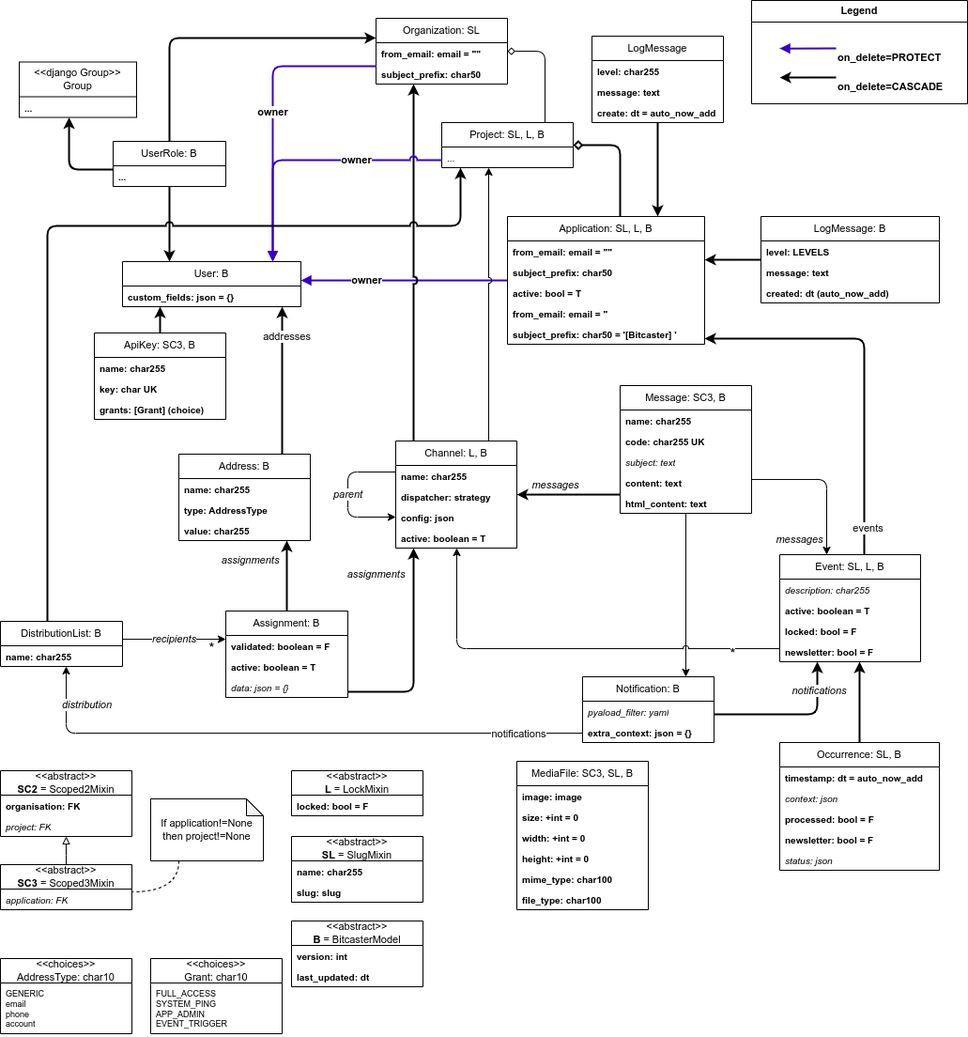
This is docs/BitcasterCD.drawio.png from bitcaster-io/bitcaster, a draw.io export, as it was before one commit. Source tidied: cells renumbered, new cells last; positions are measured from the earlier drawing's top-left corner, leaving out a move shared by most shapes.
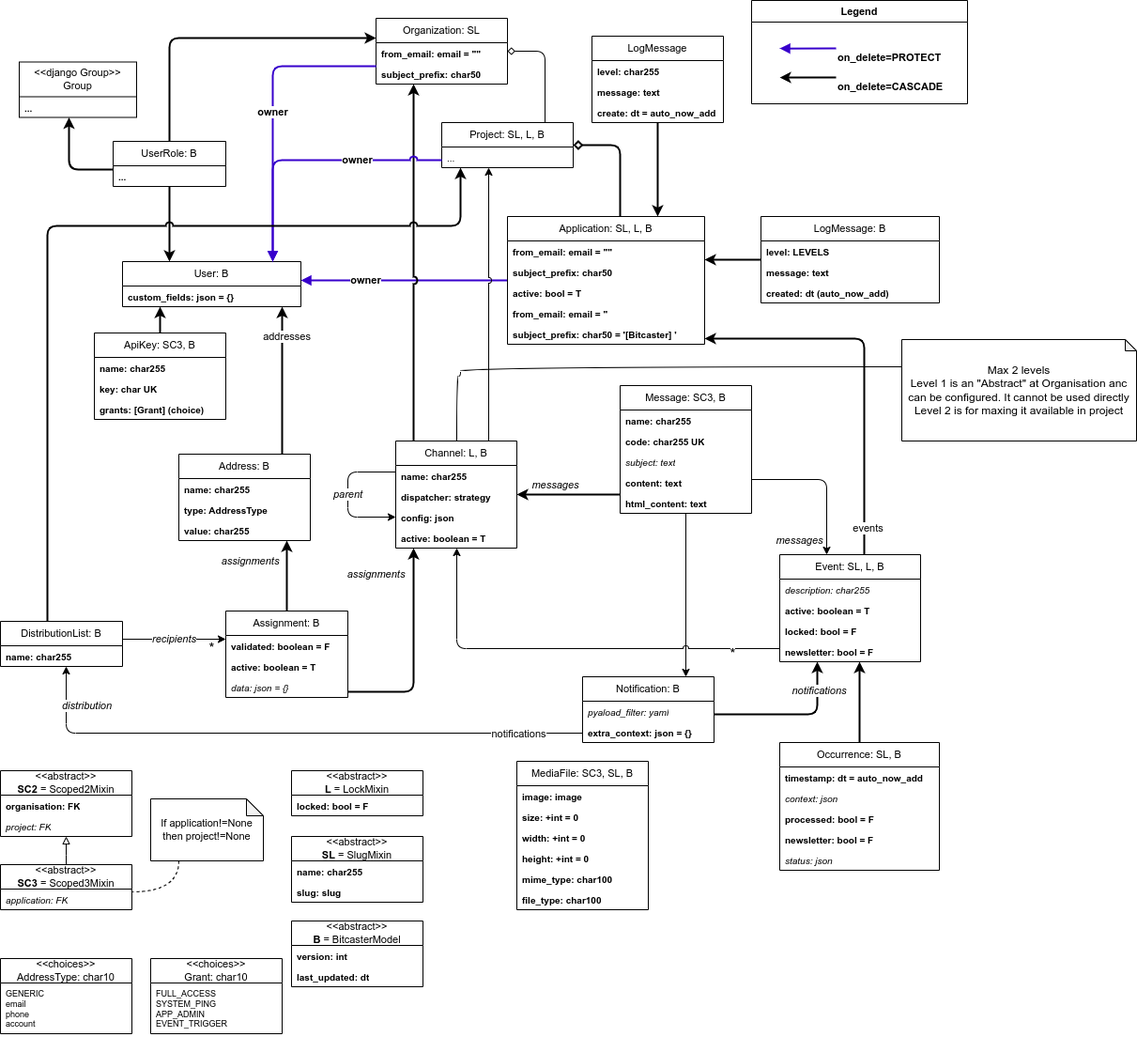
The same file after the commit.

Change to the diagram source:
```diff
@@ -542,5 +542,17 @@
         <mxPoint x="30" y="82" as="targetPoint" />
       </mxGeometry>
     </mxCell>
+    <mxCell id="134" style="edgeStyle=orthogonalEdgeStyle;rounded=0;jettySize=auto;html=1;curved=1;endArrow=none;endFill=0;" parent="1" edge="1" source="135" target="33">
+      <mxGeometry relative="1" as="geometry">
+        <Array as="points">
+          <mxPoint x="490" y="390" />
+          <mxPoint x="490" y="400" />
+          <mxPoint x="486" y="400" />
+        </Array>
+      </mxGeometry>
+    </mxCell>
+    <mxCell id="135" value="Max 2 levels&lt;br&gt;Level 1 is an &quot;Abstract&quot; at Organisation anc can be configured. It cannot be used directly&lt;br&gt;Level 2 is for maxing it available in project" style="shape=note;whiteSpace=wrap;html=1;backgroundOutline=1;darkOpacity=0.05;size=12;" parent="1" vertex="1">
+      <mxGeometry x="960" y="361" width="250" height="108" as="geometry" />
+    </mxCell>
   </root>
 </mxGraphModel>
```
